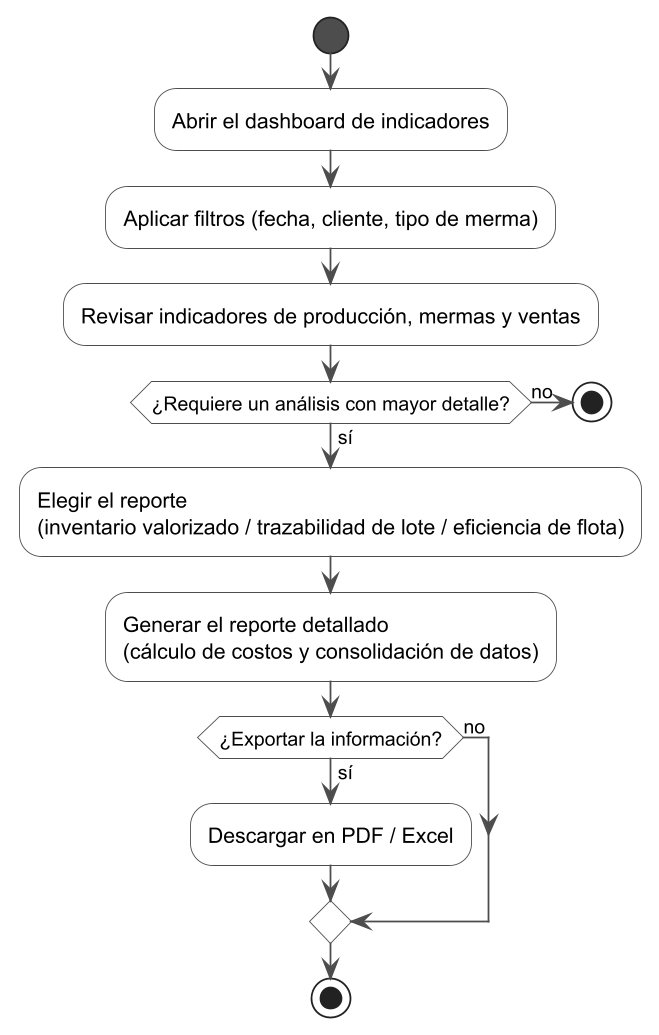
Earlier version of the PlantUML export diagramas/iteraciones/iteracion5_actividades.png (DecosUniversity/distri_yaneth_backend). The source it was exported from:
```plantuml
@startuml iteracion5_actividades
skinparamlocked dpi 170
skinparam shadowing false
skinparam ArrowColor #4D4D4D
skinparam activity {
  BackgroundColor #FFFFFF
  BorderColor #4D4D4D
  DiamondBackgroundColor #FFFFFF
  DiamondBorderColor #4D4D4D
  StartColor #4D4D4D
  EndColor #4D4D4D
  BarColor #4D4D4D
}

start
:Abrir el dashboard de indicadores;
:Aplicar filtros (fecha, cliente, tipo de merma);
:Revisar indicadores de producción, mermas y ventas;

if (¿Requiere un análisis con mayor detalle?) then (no)
  stop
else (sí)
  :Elegir el reporte\n(inventario valorizado / trazabilidad de lote / eficiencia de flota);
  :Generar el reporte detallado\n(cálculo de costos y consolidación de datos);
  if (¿Exportar la información?) then (sí)
    :Descargar en PDF / Excel;
  else (no)
  endif
  stop
endif

@enduml
```
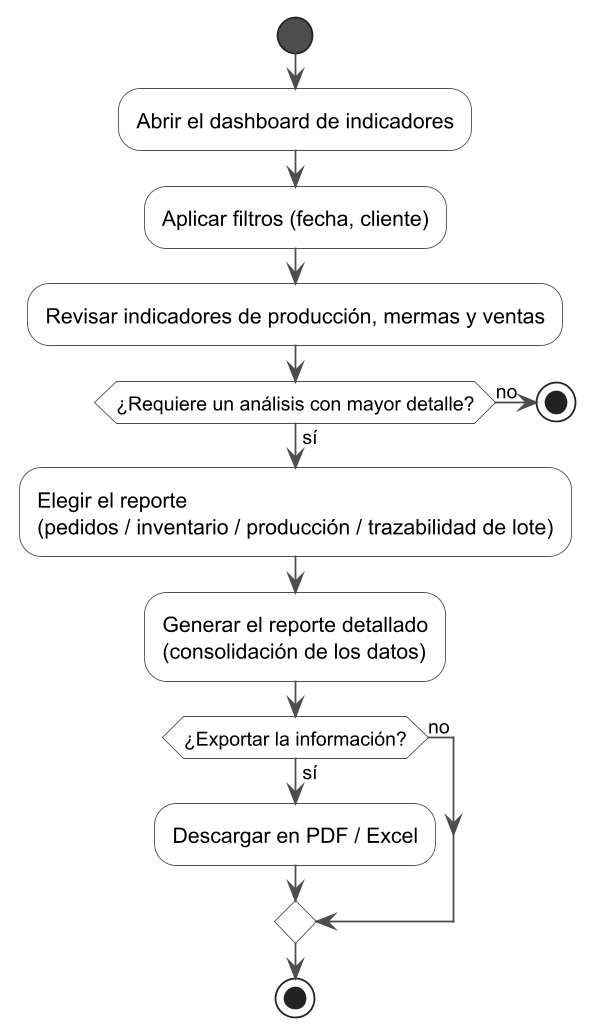
After the change.

What changed in the source:
```diff
@@ -14,14 +14,14 @@
 
 start
 :Abrir el dashboard de indicadores;
-:Aplicar filtros (fecha, cliente, tipo de merma);
+:Aplicar filtros (fecha, cliente);
 :Revisar indicadores de producción, mermas y ventas;
 
 if (¿Requiere un análisis con mayor detalle?) then (no)
   stop
 else (sí)
-  :Elegir el reporte\n(inventario valorizado / trazabilidad de lote / eficiencia de flota);
-  :Generar el reporte detallado\n(cálculo de costos y consolidación de datos);
+  :Elegir el reporte\n(pedidos / inventario / producción / trazabilidad de lote);
+  :Generar el reporte detallado\n(consolidación de los datos);
   if (¿Exportar la información?) then (sí)
     :Descargar en PDF / Excel;
   else (no)
```
